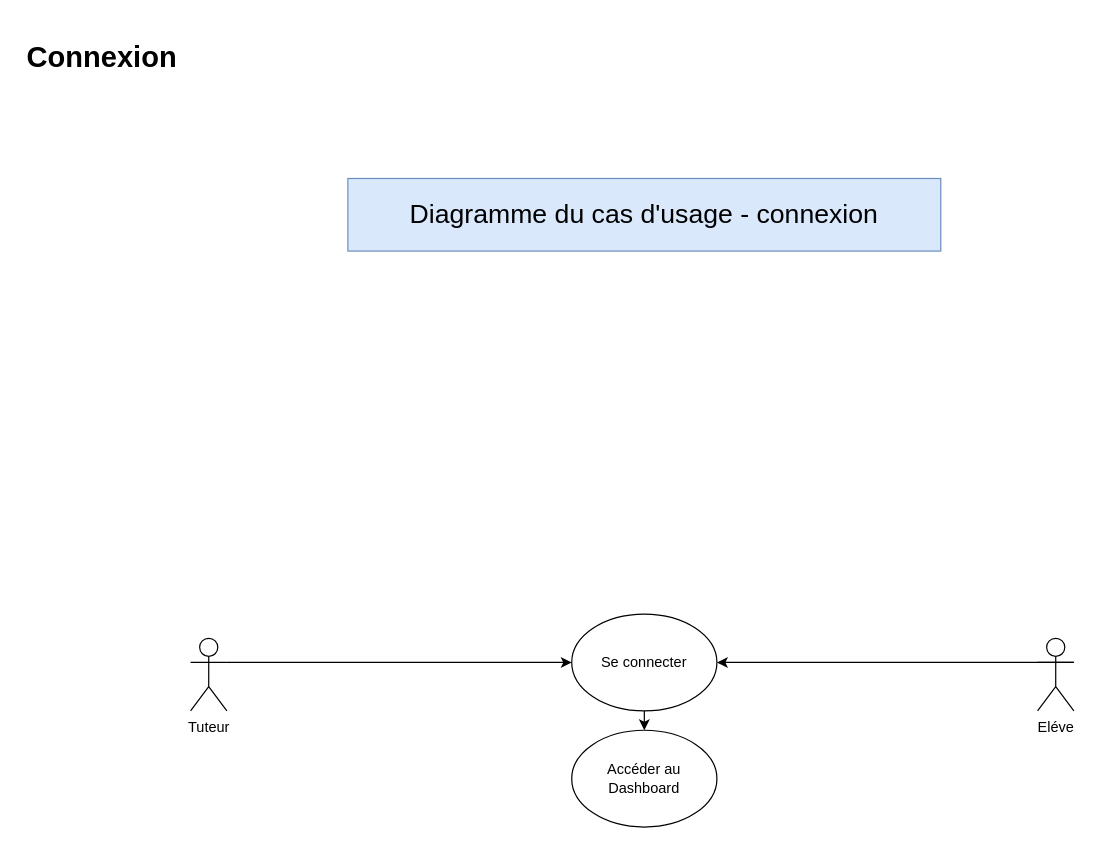
The draw.io diagram page "Connexion" (1 of 5) of P10Uml.drawio in tetyanachouteau/P10LHome, before the edit. Source tidied: cells renumbered, new cells numbered last; positions are measured from the earlier drawing's top-left corner, leaving out a move shared by most shapes. Both pictures are drawn from the tidied source at 121%, with x=0, y=0 at pixel (21, 33).
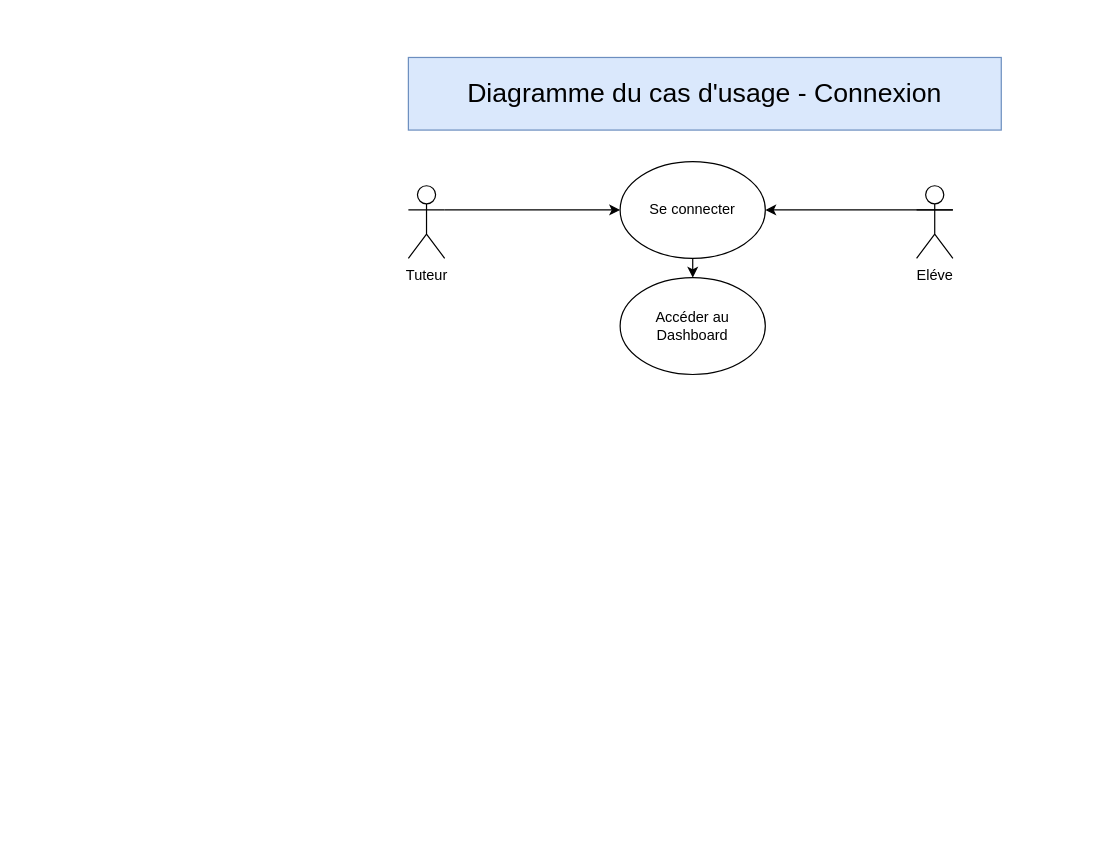
After the change.

What changed in the source:
```diff
@@
 <mxGraphModel>
   <root>
     <mxCell id="0" />
     <mxCell id="1" parent="0" />
     <mxCell id="2" value="Tuteur" style="shape=umlActor;verticalLabelPosition=bottom;verticalAlign=top;html=1;outlineConnect=0;" parent="1" vertex="1">
-      <mxGeometry x="140" y="500" width="30" height="60" as="geometry" />
+      <mxGeometry x="320" y="126" width="30" height="60" as="geometry" />
     </mxCell>
     <mxCell id="3" style="rounded=0;jettySize=auto;html=1;exitX=1;exitY=0.3333333333333333;exitDx=0;exitDy=0;exitPerimeter=0;" parent="1" edge="1" source="4" target="6">
       <mxGeometry relative="1" as="geometry" />
     </mxCell>
     <mxCell id="4" value="Eléve" style="shape=umlActor;verticalLabelPosition=bottom;verticalAlign=top;html=1;outlineConnect=0;" parent="1" vertex="1">
-      <mxGeometry x="840" y="500" width="30" height="60" as="geometry" />
+      <mxGeometry x="740" y="126" width="30" height="60" as="geometry" />
     </mxCell>
     <mxCell id="5" style="edgeStyle=none;rounded=0;jettySize=auto;html=1;entryX=0.5;entryY=0;entryDx=0;entryDy=0;" parent="1" edge="1" source="6" target="8">
       <mxGeometry relative="1" as="geometry" />
     </mxCell>
     <mxCell id="6" value="Se connecter" style="ellipse;whiteSpace=wrap;html=1;" parent="1" vertex="1">
-      <mxGeometry x="455" y="480" width="120" height="80" as="geometry" />
+      <mxGeometry x="495" y="106" width="120" height="80" as="geometry" />
     </mxCell>
     <mxCell id="7" style="rounded=0;jettySize=auto;html=1;exitX=1;exitY=0.3333333333333333;exitDx=0;exitDy=0;exitPerimeter=0;" parent="1" edge="1" source="2" target="6">
       <mxGeometry relative="1" as="geometry" />
     </mxCell>
     <mxCell id="8" value="Accéder au Dashboard" style="ellipse;whiteSpace=wrap;html=1;" parent="1" vertex="1">
-      <mxGeometry x="455" y="576" width="120" height="80" as="geometry" />
+      <mxGeometry x="495" y="202" width="120" height="80" as="geometry" />
     </mxCell>
-    <mxCell id="9" value="&lt;h1&gt;Connexion&lt;/h1&gt;" style="text;html=1;strokeColor=none;fillColor=none;spacing=5;spacingTop=-20;whiteSpace=wrap;overflow=hidden;rounded=0;" parent="1" vertex="1">
-      <mxGeometry width="190" height="120" as="geometry" />
-    </mxCell>
-    <mxCell id="10" value="&lt;font style=&quot;font-size: 22px;&quot;&gt;Diagramme du cas d'usage - connexion&lt;/font&gt;" style="rounded=0;whiteSpace=wrap;html=1;fillColor=#dae8fc;strokeColor=#6c8ebf;" parent="1" vertex="1">
-      <mxGeometry x="270" y="120" width="490" height="60" as="geometry" />
+    <mxCell id="10" value="&lt;font style=&quot;font-size: 22px;&quot;&gt;Diagramme du cas d'usage - Connexion&lt;/font&gt;" style="rounded=0;whiteSpace=wrap;html=1;fillColor=#dae8fc;strokeColor=#6c8ebf;" parent="1" vertex="1">
+      <mxGeometry x="320" y="20" width="490" height="60" as="geometry" />
     </mxCell>
   </root>
 </mxGraphModel>
```
